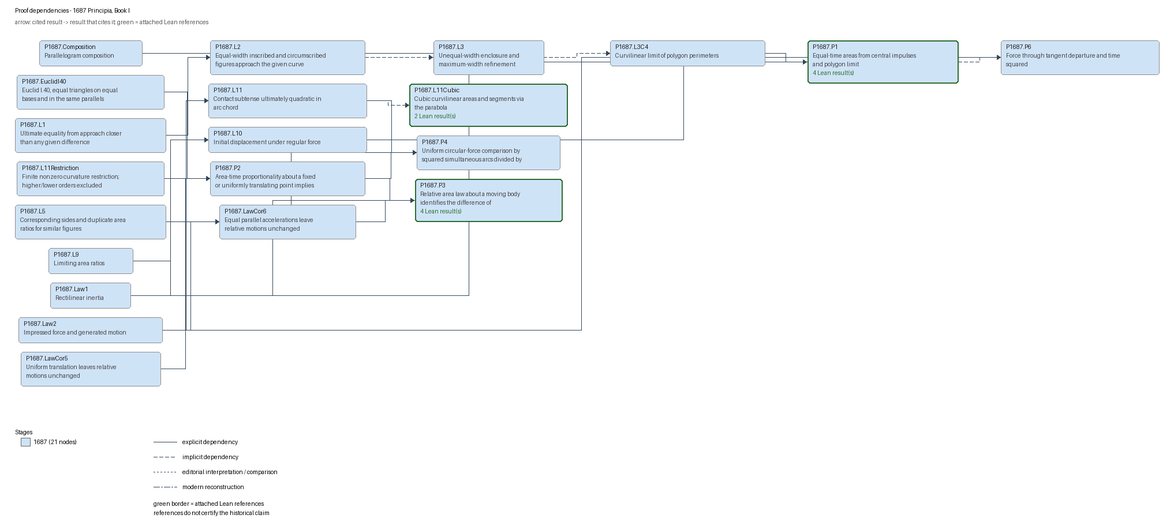
The Graphviz diagram docs/graphs/proof-1687.png in arivero/newtonlean, before a commit. Its source is kept beside it as docs/graphs/proof-1687.dot.
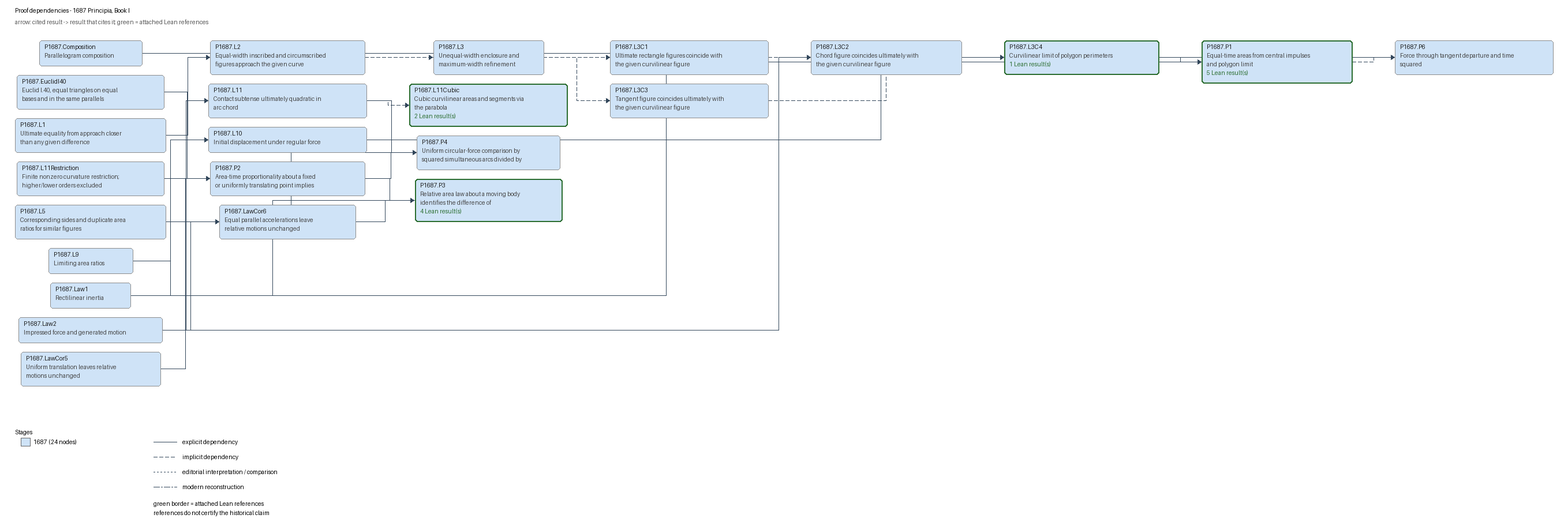
The same file after the commit.

Diff of the diagram source:
```diff
@@ -10,14 +10,17 @@
   "P1687.L11Restriction" [label="P1687.L11Restriction\nFinite nonzero curvature restriction;\nhigher/lower orders excluded", fillcolor="#cfe3f7", color="#8d8d8d", penwidth=1];
   "P1687.L2" [label="P1687.L2\nEqual-width inscribed and circumscribed\nfigures approach the given curve", fillcolor="#cfe3f7", color="#8d8d8d", penwidth=1];
   "P1687.L3" [label="P1687.L3\nUnequal-width enclosure and\nmaximum-width refinement", fillcolor="#cfe3f7", color="#8d8d8d", penwidth=1];
-  "P1687.L3C4" [label="P1687.L3C4\nCurvilinear limit of polygon perimeters", fillcolor="#cfe3f7", color="#8d8d8d", penwidth=1];
+  "P1687.L3C1" [label="P1687.L3C1\nUltimate rectangle figures coincide with\nthe given curvilinear figure", fillcolor="#cfe3f7", color="#8d8d8d", penwidth=1];
+  "P1687.L3C2" [label="P1687.L3C2\nChord figure coincides ultimately with\nthe given curvilinear figure", fillcolor="#cfe3f7", color="#8d8d8d", penwidth=1];
+  "P1687.L3C3" [label="P1687.L3C3\nTangent figure coincides ultimately with\nthe given curvilinear figure", fillcolor="#cfe3f7", color="#8d8d8d", penwidth=1];
+  "P1687.L3C4" [label="P1687.L3C4\nCurvilinear limit of polygon perimeters\n1 Lean result(s)", fillcolor="#cfe3f7", color="#2c6e31", penwidth=2];
   "P1687.L5" [label="P1687.L5\nCorresponding sides and duplicate area\nratios for similar figures", fillcolor="#cfe3f7", color="#8d8d8d", penwidth=1];
   "P1687.L9" [label="P1687.L9\nLimiting area ratios", fillcolor="#cfe3f7", color="#8d8d8d", penwidth=1];
   "P1687.Law1" [label="P1687.Law1\nRectilinear inertia", fillcolor="#cfe3f7", color="#8d8d8d", penwidth=1];
   "P1687.Law2" [label="P1687.Law2\nImpressed force and generated motion", fillcolor="#cfe3f7", color="#8d8d8d", penwidth=1];
   "P1687.LawCor5" [label="P1687.LawCor5\nUniform translation leaves relative\nmotions unchanged", fillcolor="#cfe3f7", color="#8d8d8d", penwidth=1];
   "P1687.LawCor6" [label="P1687.LawCor6\nEqual parallel accelerations leave\nrelative motions unchanged", fillcolor="#cfe3f7", color="#8d8d8d", penwidth=1];
-  "P1687.P1" [label="P1687.P1\nEqual-time areas from central impulses\nand polygon limit\n4 Lean result(s)", fillcolor="#cfe3f7", color="#2c6e31", penwidth=2];
+  "P1687.P1" [label="P1687.P1\nEqual-time areas from central impulses\nand polygon limit\n5 Lean result(s)", fillcolor="#cfe3f7", color="#2c6e31", penwidth=2];
   "P1687.P2" [label="P1687.P2\nArea-time proportionality about a fixed\nor uniformly translating point implies", fillcolor="#cfe3f7", color="#8d8d8d", penwidth=1];
   "P1687.P3" [label="P1687.P3\nRelative area law about a moving body\nidentifies the difference of\n4 Lean result(s)", fillcolor="#cfe3f7", color="#2c6e31", penwidth=2];
   "P1687.P4" [label="P1687.P4\nUniform circular-force comparison by\nsquared simultaneous arcs divided by", fillcolor="#cfe3f7", color="#8d8d8d", penwidth=1];
@@ -45,4 +48,10 @@
   "P1687.P1" -> "P1687.P6" [style=dashed, label="proof dependency: implicit_dependency", fontsize=9];
   "P1687.L1" -> "P1687.L2" [style=solid, label="proof dependency: explicit_dependency", fontsize=9];
   "P1687.L2" -> "P1687.L3" [style=dashed, label="proof dependency: implicit_dependency", fontsize=9];
+  "P1687.L3" -> "P1687.L3C1" [style=dashed, label="proof dependency: implicit_dependency", fontsize=9];
+  "P1687.L3C1" -> "P1687.L3C2" [style=dashed, label="proof dependency: implicit_dependency", fontsize=9];
+  "P1687.L3" -> "P1687.L3C3" [style=dashed, label="proof dependency: implicit_dependency", fontsize=9];
+  "P1687.L3C1" -> "P1687.L3C4" [style=dashed, label="proof dependency: implicit_dependency", fontsize=9];
+  "P1687.L3C2" -> "P1687.L3C4" [style=dashed, label="proof dependency: implicit_dependency", fontsize=9];
+  "P1687.L3C3" -> "P1687.L3C4" [style=dashed, label="proof dependency: implicit_dependency", fontsize=9];
 }
```
